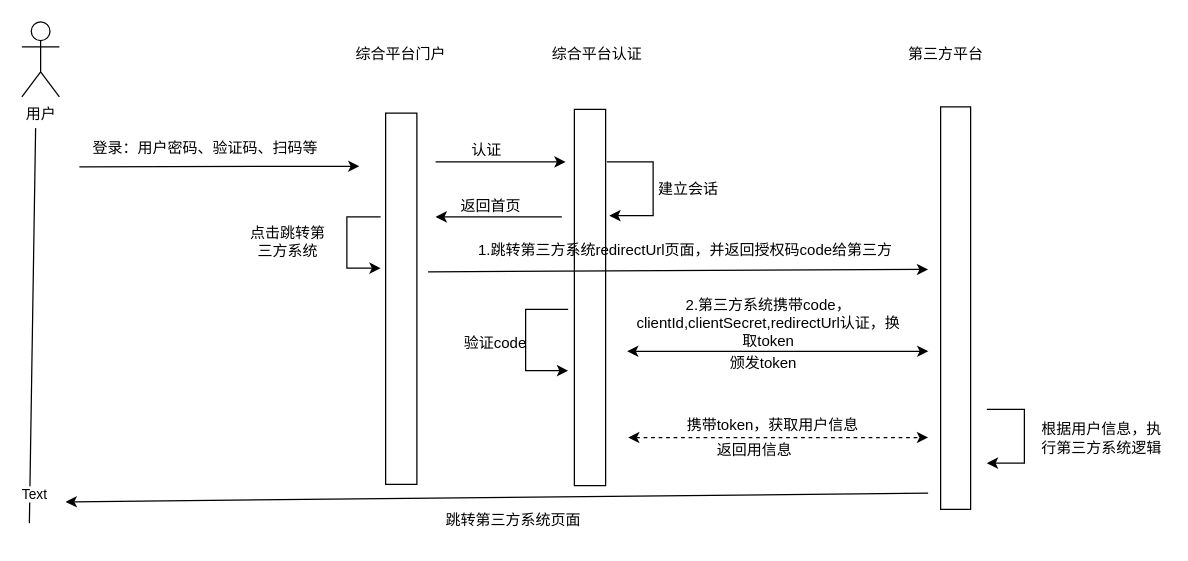
Before: 未命名绘图.drawio in borishuang0527/my, a draw.io diagram. Source tidied: cells renumbered, new cells numbered last; positions are measured from the earlier drawing's top-left corner, leaving out a move shared by most shapes. Both pictures are drawn from the tidied source at 125%, with x=0, y=0 at pixel (21, 21).
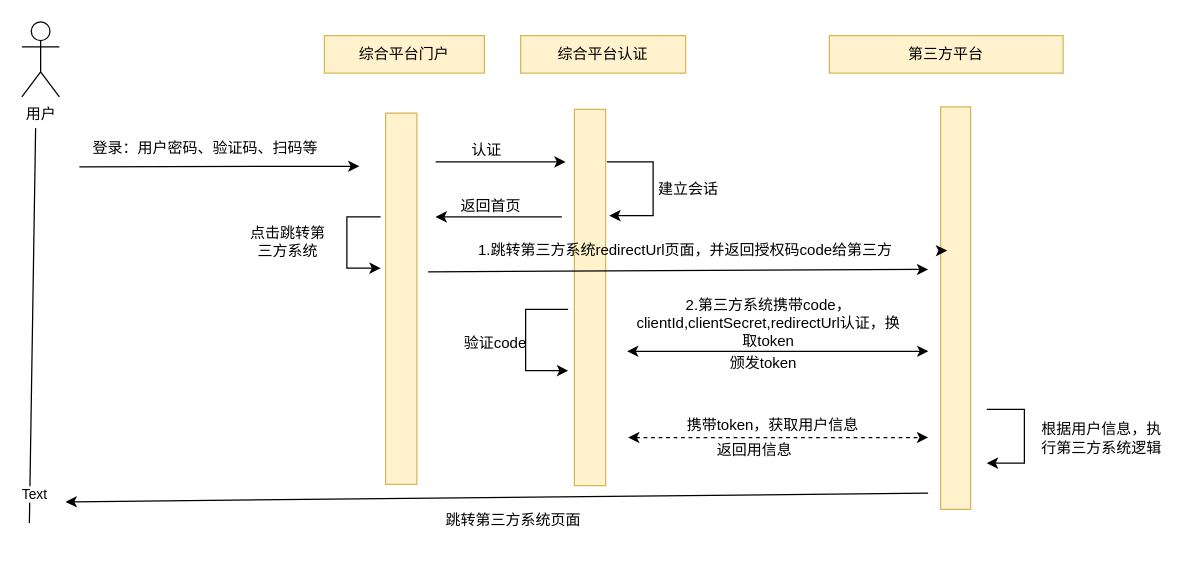
After the change.

Commit message (it also covers changes not shown here):
更新未命名绘图.drawio

Unchanged cells that the change refers to:
```xml
<mxCell id="22" value="1.跳转第三方系统redirectUrl页面，并返回授权码code给第三方" style="text;strokeColor=none;align=center;fillColor=none;html=1;verticalAlign=middle;whiteSpace=wrap;rounded=0;" parent="1" vertex="1">
  <mxGeometry x="327" y="168" width="408" height="30" as="geometry" />
</mxCell>
```

Diff of the diagram source:
```diff
@@
-    <mxCell id="2" style="verticalLabelPosition=bottom;verticalAlign=top;html=1;shape=mxgraph.basic.rect;fillColor2=none;strokeWidth=1;size=20;indent=5;" parent="1" vertex="1">
+    <mxCell id="2" style="verticalLabelPosition=bottom;verticalAlign=top;html=1;shape=mxgraph.basic.rect;fillColor2=none;strokeWidth=1;size=20;indent=5;fillColor=#fff2cc;strokeColor=#d6b656;" parent="1" vertex="1">
       <mxGeometry x="291" y="73" width="25" height="297" as="geometry" />
     </mxCell>
-    <mxCell id="3" style="verticalLabelPosition=bottom;verticalAlign=top;html=1;shape=mxgraph.basic.rect;fillColor2=none;strokeWidth=1;size=20;indent=5;" parent="1" vertex="1">
+    <mxCell id="3" style="verticalLabelPosition=bottom;verticalAlign=top;html=1;shape=mxgraph.basic.rect;fillColor2=none;strokeWidth=1;size=20;indent=5;fillColor=#fff2cc;strokeColor=#d6b656;" parent="1" vertex="1">
       <mxGeometry x="735" y="68" width="24" height="322" as="geometry" />
     </mxCell>
-    <mxCell id="4" style="verticalLabelPosition=bottom;verticalAlign=top;html=1;shape=mxgraph.basic.rect;fillColor2=none;strokeWidth=1;size=20;indent=0;" parent="1" vertex="1">
+    <mxCell id="4" style="verticalLabelPosition=bottom;verticalAlign=top;html=1;shape=mxgraph.basic.rect;fillColor2=none;strokeWidth=1;size=20;indent=0;fillColor=#fff2cc;strokeColor=#d6b656;" parent="1" vertex="1">
       <mxGeometry x="442" y="70" width="25" height="301" as="geometry" />
     </mxCell>
@@
-    <mxCell id="10" value="综合平台门户" style="text;strokeColor=none;align=center;fillColor=none;html=1;verticalAlign=middle;whiteSpace=wrap;rounded=0;" parent="1" vertex="1">
-      <mxGeometry x="210" y="11" width="187" height="30" as="geometry" />
+    <mxCell id="10" value="综合平台门户" style="text;strokeColor=#d6b656;align=center;fillColor=#fff2cc;html=1;verticalAlign=middle;whiteSpace=wrap;rounded=0;" parent="1" vertex="1">
+      <mxGeometry x="242" y="11" width="128" height="30" as="geometry" />
     </mxCell>
-    <mxCell id="11" value="综合平台认证" style="text;strokeColor=none;align=center;fillColor=none;html=1;verticalAlign=middle;whiteSpace=wrap;rounded=0;" parent="1" vertex="1">
-      <mxGeometry x="367" y="11" width="187" height="30" as="geometry" />
+    <mxCell id="11" value="综合平台认证" style="text;strokeColor=#d6b656;align=center;fillColor=#fff2cc;html=1;verticalAlign=middle;whiteSpace=wrap;rounded=0;" parent="1" vertex="1">
+      <mxGeometry x="399" y="11" width="132" height="30" as="geometry" />
     </mxCell>
-    <mxCell id="12" value="第三方平台" style="text;strokeColor=none;align=center;fillColor=none;html=1;verticalAlign=middle;whiteSpace=wrap;rounded=0;" parent="1" vertex="1">
+    <mxCell id="12" value="第三方平台" style="text;strokeColor=#d6b656;align=center;fillColor=#fff2cc;html=1;verticalAlign=middle;whiteSpace=wrap;rounded=0;" parent="1" vertex="1">
       <mxGeometry x="646" y="11" width="187" height="30" as="geometry" />
     </mxCell>
@@
+    <mxCell id="35" style="edgeStyle=orthogonalEdgeStyle;rounded=0;jettySize=auto;html=1;exitX=1;exitY=0.5;exitDx=0;exitDy=0;entryX=0.217;entryY=0.357;entryDx=0;entryDy=0;entryPerimeter=0;" parent="1" edge="1" source="22" target="3">
+      <mxGeometry relative="1" as="geometry" />
+    </mxCell>
```
